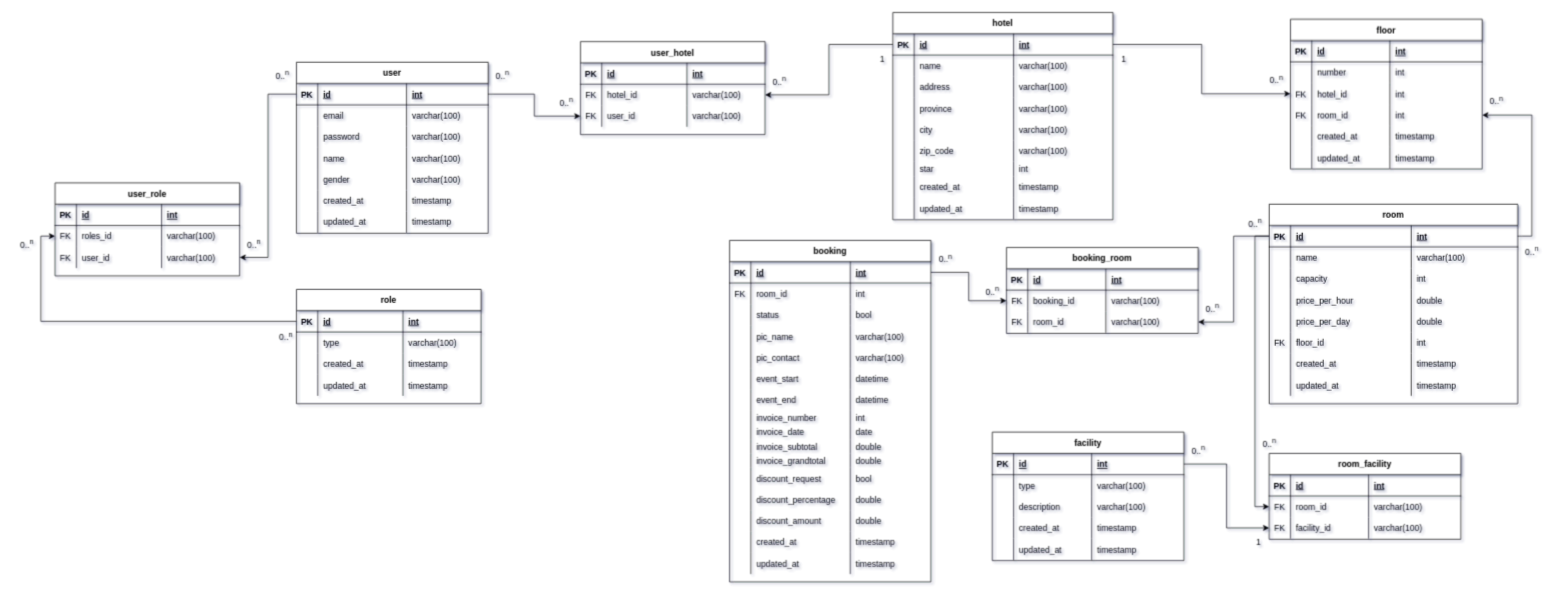
Earlier version of the draw.io diagram page "NEW ERD Master" (4 of 5) of entity_relationship_diagram/Booking_hotel.drawio (ariejanuarb/hotel_booking). Source tidied: cells renumbered, new cells numbered last; positions are measured from the earlier drawing's top-left corner, leaving out a move shared by most shapes. Both pictures are drawn from the tidied source at 71%, with x=0, y=0 at pixel (12, 12).
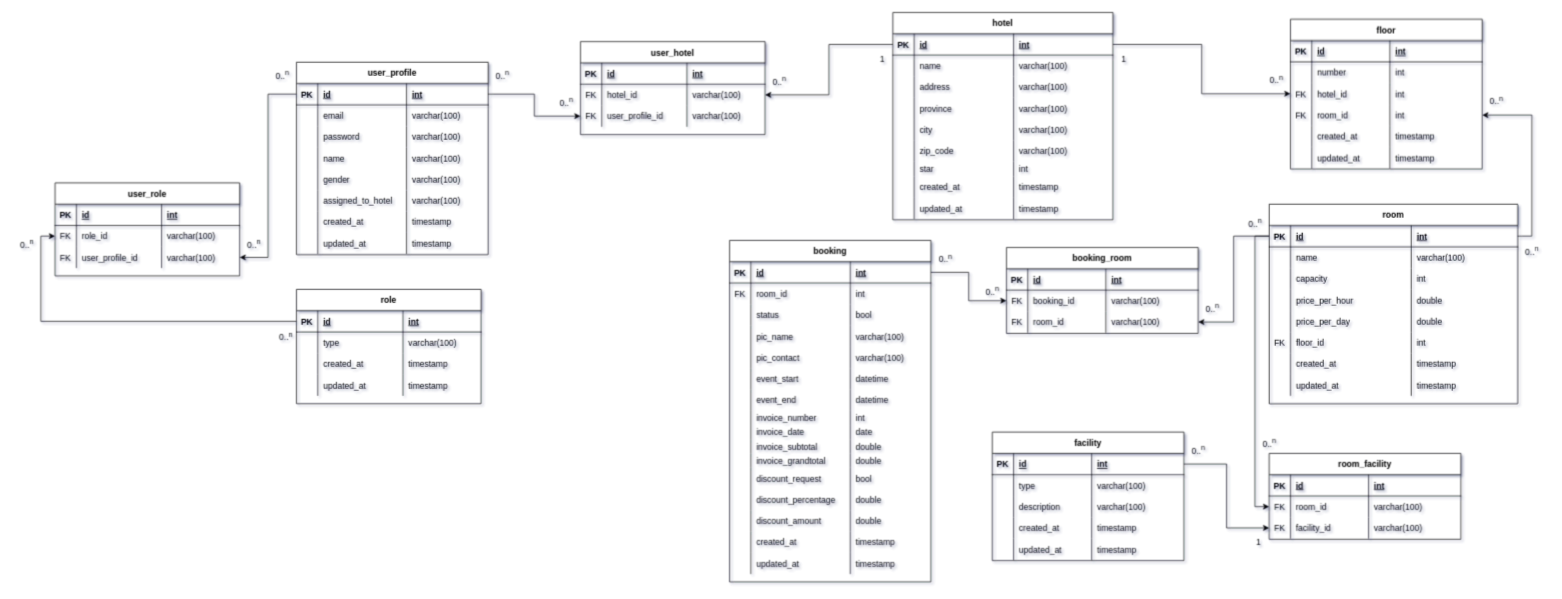
Above is the later version.

Unchanged cells that the change refers to:
```xml
<mxCell id="259" style="shape=partialRectangle;fillColor=none;points=[[0,0.5],[1,0.5]];portConstraint=eastwest;top=0;left=0;right=0;bottom=0;" parent="254" vertex="1">
  <mxGeometry y="60" width="260" height="30" as="geometry" />
</mxCell>
<mxCell id="263" style="shape=partialRectangle;fillColor=none;points=[[0,0.5],[1,0.5]];portConstraint=eastwest;top=0;left=0;right=0;bottom=0;" parent="254" vertex="1">
  <mxGeometry y="90" width="260" height="30" as="geometry" />
</mxCell>
<mxCell id="276" style="shape=partialRectangle;fillColor=none;points=[[0,0.5],[1,0.5]];portConstraint=eastwest;top=0;left=0;right=0;bottom=0;" parent="267" vertex="1">
  <mxGeometry y="90" width="260" height="30" as="geometry" />
</mxCell>
```

The edit, as a diff of the source:
```diff
@@
-    <mxCell id="19" value="user" style="shape=table;startSize=30;childLayout=tableLayout;rowLines=0;fontStyle=1;align=center;" parent="1" vertex="1">
-      <mxGeometry x="400" y="70" width="270" height="241" as="geometry" />
+    <mxCell id="19" value="user_profile" style="shape=table;startSize=30;childLayout=tableLayout;rowLines=0;fontStyle=1;align=center;" parent="1" vertex="1">
+      <mxGeometry x="400" y="70" width="270" height="271" as="geometry" />
     </mxCell>
@@
+    <mxCell id="310" style="shape=partialRectangle;fillColor=none;top=0;left=0;right=0;bottom=0;" parent="19" vertex="1">
+      <mxGeometry y="180" width="270" height="30" as="geometry" />
+    </mxCell>
+    <mxCell id="311" style="shape=partialRectangle;overflow=hidden;fillColor=none;top=0;left=0;bottom=0;right=0;" parent="310" vertex="1">
+      <mxGeometry width="30" height="30" as="geometry" />
+    </mxCell>
+    <mxCell id="312" value="assigned_to_hotel" style="shape=partialRectangle;overflow=hidden;fillColor=none;top=0;left=0;bottom=0;right=0;align=left;spacingLeft=6;" parent="310" vertex="1">
+      <mxGeometry x="30" width="125" height="30" as="geometry" />
+    </mxCell>
+    <mxCell id="313" value="varchar(100)" style="shape=partialRectangle;overflow=hidden;fillColor=none;top=0;left=0;bottom=0;right=0;align=left;spacingLeft=6;" parent="310" vertex="1">
+      <mxGeometry x="155" width="115" height="30" as="geometry" />
+    </mxCell>
     <mxCell id="40" style="shape=partialRectangle;fillColor=none;top=0;left=0;right=0;bottom=0;" parent="19" vertex="1">
-      <mxGeometry y="180" width="270" height="30" as="geometry" />
+      <mxGeometry y="210" width="270" height="30" as="geometry" />
     </mxCell>
@@
     <mxCell id="44" style="shape=partialRectangle;fillColor=none;top=0;left=0;right=0;bottom=0;" parent="19" vertex="1">
-      <mxGeometry y="210" width="270" height="30" as="geometry" />
+      <mxGeometry y="240" width="270" height="30" as="geometry" />
     </mxCell>
@@
-    <mxCell id="261" value="roles_id" style="shape=partialRectangle;overflow=hidden;fillColor=none;top=0;left=0;bottom=0;right=0;align=left;spacingLeft=6;" parent="259" vertex="1">
+    <mxCell id="261" value="role_id" style="shape=partialRectangle;overflow=hidden;fillColor=none;top=0;left=0;bottom=0;right=0;align=left;spacingLeft=6;" parent="259" vertex="1">
       <mxGeometry x="30" width="120" height="30" as="geometry" />
     </mxCell>
@@
-    <mxCell id="265" value="user_id" style="shape=partialRectangle;overflow=hidden;fillColor=none;top=0;left=0;bottom=0;right=0;align=left;spacingLeft=6;" parent="263" vertex="1">
+    <mxCell id="265" value="user_profile_id" style="shape=partialRectangle;overflow=hidden;fillColor=none;top=0;left=0;bottom=0;right=0;align=left;spacingLeft=6;" parent="263" vertex="1">
       <mxGeometry x="30" width="120" height="30" as="geometry" />
     </mxCell>
@@
-    <mxCell id="278" value="user_id" style="shape=partialRectangle;overflow=hidden;fillColor=none;top=0;left=0;bottom=0;right=0;align=left;spacingLeft=6;" parent="276" vertex="1">
+    <mxCell id="278" value="user_profile_id" style="shape=partialRectangle;overflow=hidden;fillColor=none;top=0;left=0;bottom=0;right=0;align=left;spacingLeft=6;" parent="276" vertex="1">
       <mxGeometry x="30" width="120" height="30" as="geometry" />
     </mxCell>
```
